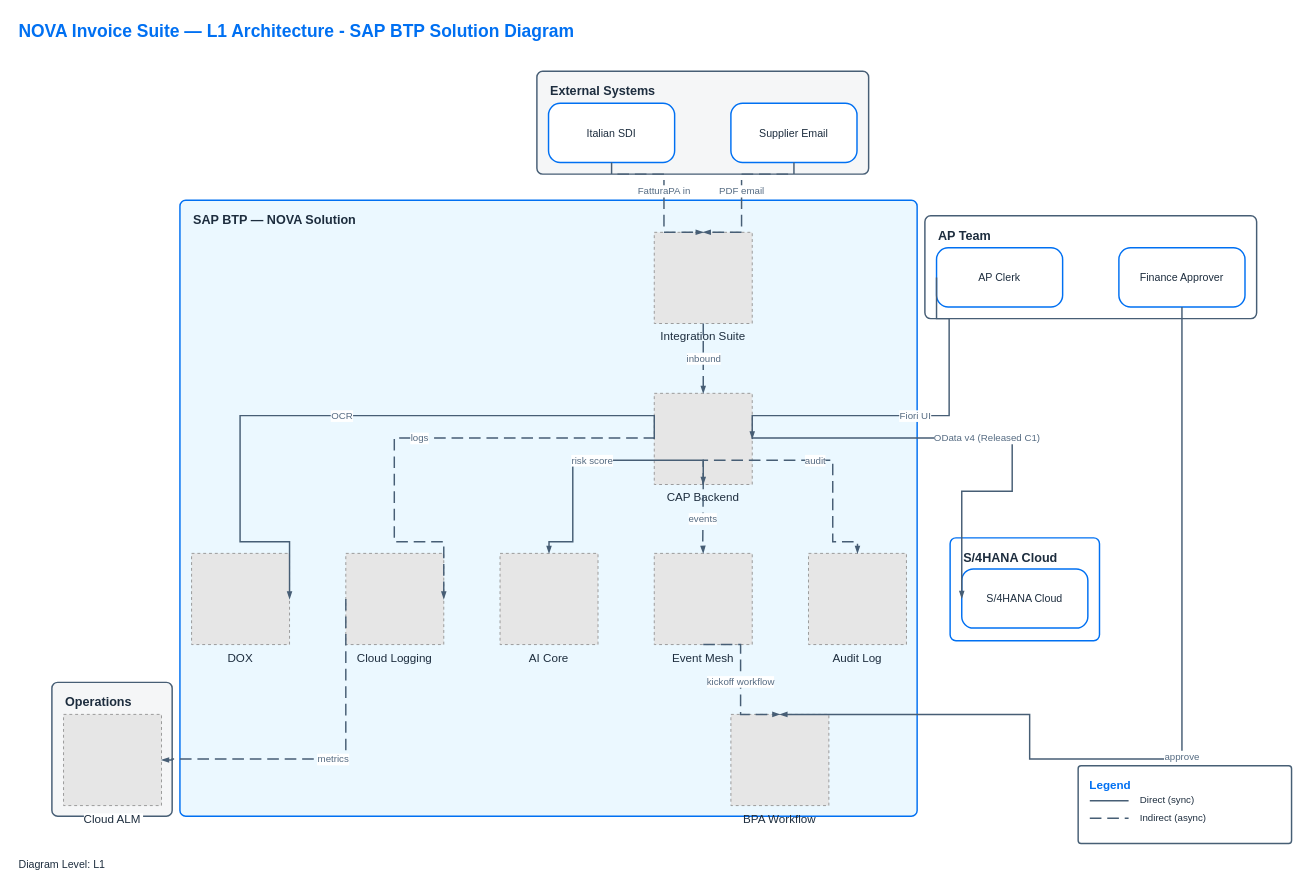
Above: skills/sap-diagram-generate/templates/L1-base.drawio in Raistlin82/sap-diagrams-pro (draw.io), before the change. Source tidied: cells renumbered, new cells numbered last; positions are measured from the earlier drawing's top-left corner, leaving out a move shared by most shapes. Both pictures are drawn from the tidied source at 97%, with x=0, y=0 at pixel (16, 16). Pictures stored in the file or linked from it are replaced by grey dashed boxes.
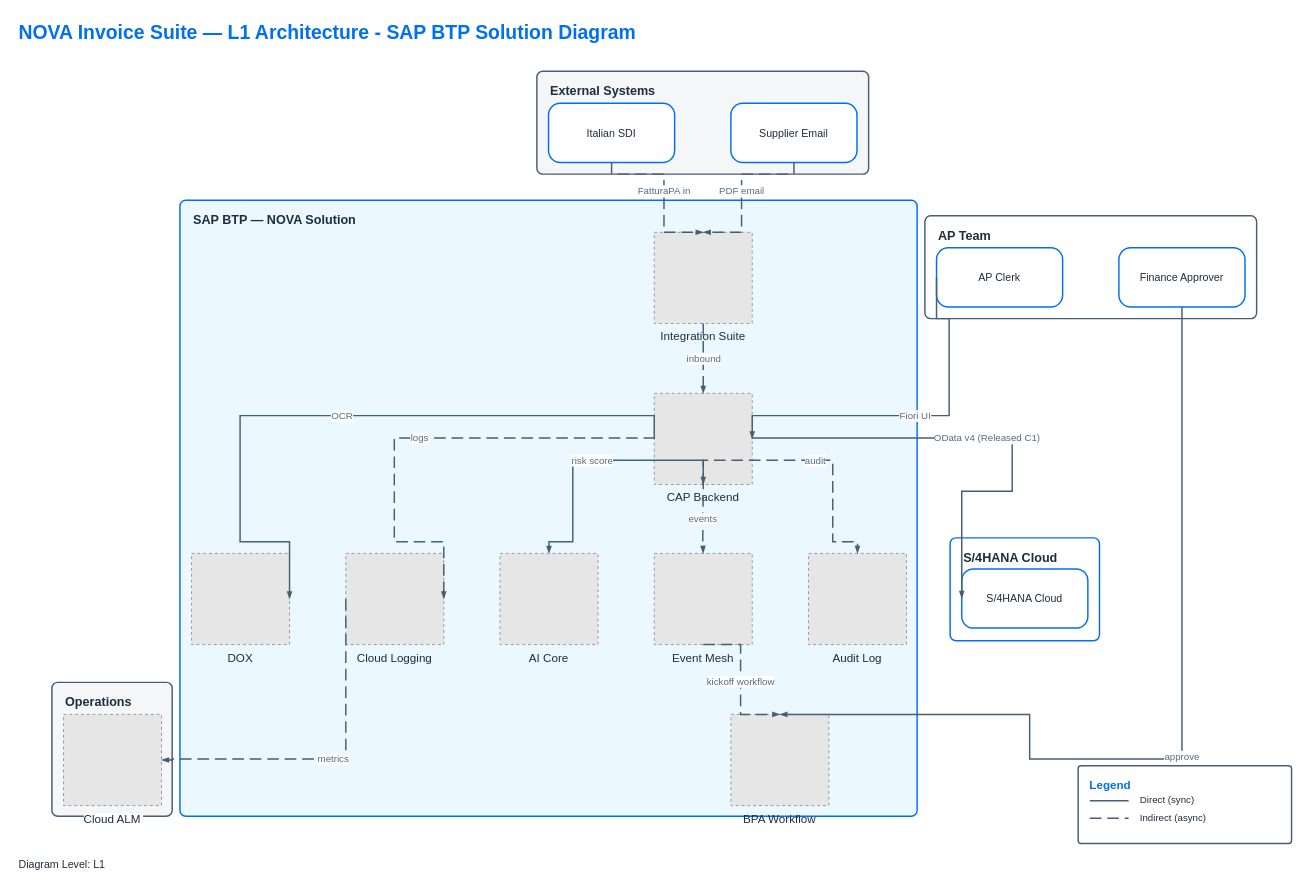
Above is the later version.

What changed in the source:
```diff
@@
-    <mxCell id="2" value="NOVA Invoice Suite — L1 Architecture - SAP BTP Solution Diagram" style="text;html=1;align=left;verticalAlign=middle;fontColor=#0070F2;fontSize=18;fontStyle=1;fontFamily=Helvetica;" parent="1" vertex="1">
+    <mxCell id="2" value="NOVA Invoice Suite — L1 Architecture - SAP BTP Solution Diagram" style="text;html=1;align=left;verticalAlign=middle;fontColor=#0070F2;fontSize=20;fontStyle=1;fontFamily=72,Helvetica,Arial,sans-serif;" parent="1" vertex="1">
       <mxGeometry width="1282" height="30" as="geometry" />
     </mxCell>
```
